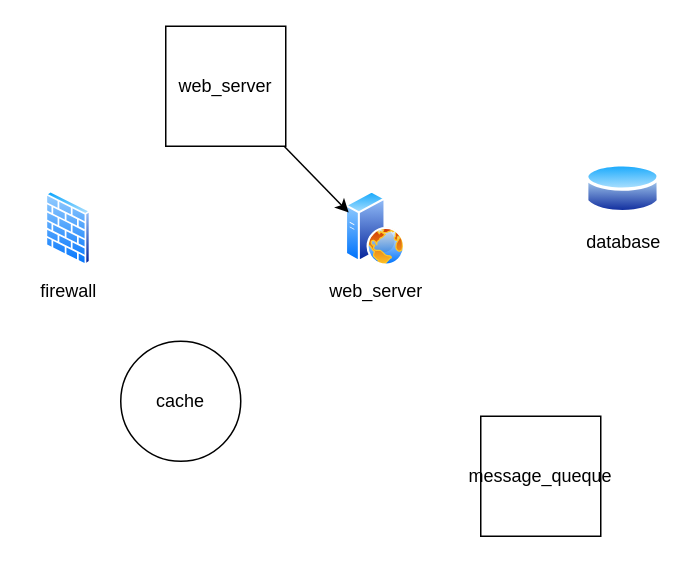
PierCarrozzini/Fake_Architecture_Orchestrator keeps this draw.io diagram as drawio_Diagrams/ProvaProprieta.drawio.xml. Above is the earlier version. Source tidied: cells renumbered, new cells numbered last; positions are measured from the earlier drawing's top-left corner, leaving out a move shared by most shapes. Both pictures are drawn from the tidied source at 150%, with x=0, y=0 at pixel (45, 26).
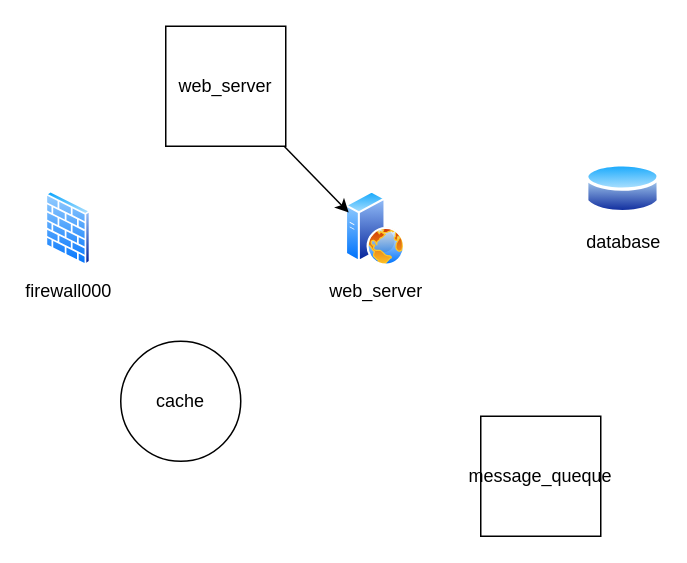
Above is the later version.

What changed in the source:
```diff
@@
 <mxGraphModel>
   <root>
     <mxCell id="0" />
     <mxCell id="1" parent="0" />
     <mxCell id="2" value="web_server" style="image;perimeter=ellipsePerimeter;html=1;align=center;shadow=0;dashed=0;spacingTop=3;image=img/lib/active_directory/web_server.svg;" parent="1" vertex="1">
       <mxGeometry x="200" y="110" width="40" height="50" as="geometry" />
     </mxCell>
     <mxCell id="3" value="web_server" style="whiteSpace=wrap;html=1;" parent="1" vertex="1">
       <mxGeometry x="80" width="80" height="80" as="geometry" />
     </mxCell>
     <mxCell id="4" style="endArrow=classic;html=1;rounded=0;entryX=0;entryY=0.25;entryDx=0;entryDy=0;" parent="1" edge="1" source="3" target="2">
       <mxGeometry relative="1" as="geometry" />
     </mxCell>
     <mxCell id="5" value="database" style="image;perimeter=ellipsePerimeter;html=1;align=center;shadow=0;dashed=0;spacingTop=3;image=img/lib/active_directory/database.svg;" parent="1" vertex="1">
       <mxGeometry x="360" y="90" width="50" height="37" as="geometry" />
     </mxCell>
     <mxCell id="6" value="message_queque" style="whiteSpace=wrap;html=1;" parent="1" vertex="1">
       <mxGeometry x="290" y="260" width="80" height="80" as="geometry" />
     </mxCell>
     <mxCell id="7" value="cache" style="ellipse;whiteSpace=wrap;html=1;" parent="1" vertex="1">
       <mxGeometry x="50" y="210" width="80" height="80" as="geometry" />
     </mxCell>
-    <mxCell id="8" value="firewall" style="image;perimeter=ellipsePerimeter;html=1;align=center;shadow=0;dashed=0;spacingTop=3;image=img/lib/active_directory/firewall.svg;" parent="1" vertex="1">
+    <mxCell id="8" value="firewall000" style="image;perimeter=ellipsePerimeter;html=1;align=center;shadow=0;dashed=0;spacingTop=3;image=img/lib/active_directory/firewall.svg;" parent="1" vertex="1">
       <mxGeometry y="110" width="30.5" height="50" as="geometry" />
     </mxCell>
   </root>
 </mxGraphModel>
```
